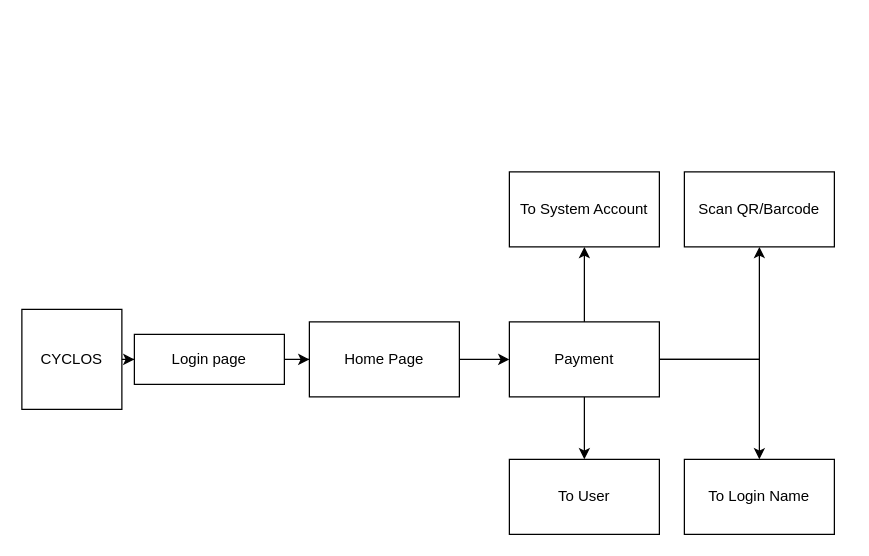
Above: Testing/Untitled Diagram.drawio in NietzscheDostoevsky/Learning (draw.io), before the change. Source tidied: cells renumbered, new cells numbered last; positions are measured from the earlier drawing's top-left corner, leaving out a move shared by most shapes. Both pictures are drawn from the tidied source at 125%, with x=0, y=0 at pixel (21, 171).
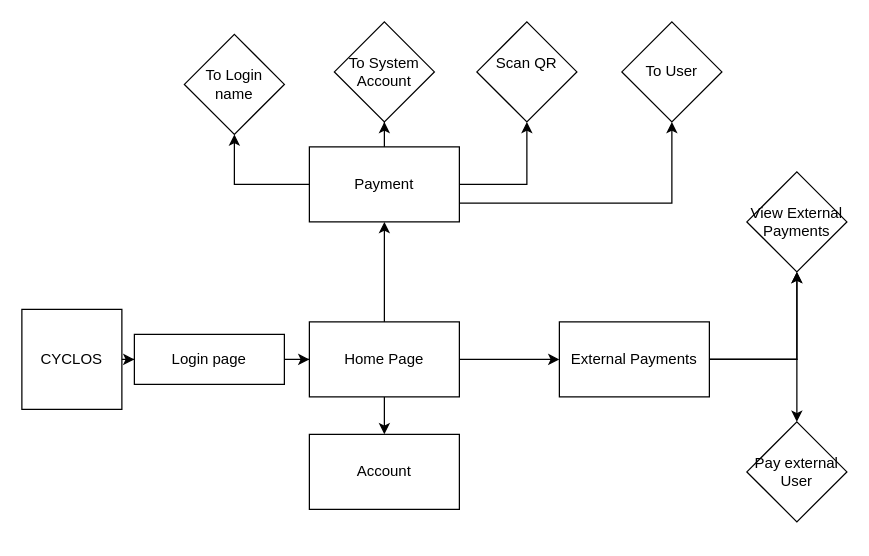
After the change.

Unchanged cells that the change refers to:
```xml
<mxCell id="7" value="Home Page" style="whiteSpace=wrap;html=1;" parent="1" vertex="1">
  <mxGeometry x="230" y="120" width="120" height="60" as="geometry" />
</mxCell>
```

Diff of the diagram source:
```diff
@@
+    <mxCell id="17" style="edgeStyle=orthogonalEdgeStyle;rounded=0;jettySize=auto;html=1;" parent="1" edge="1" source="7" target="23">
+      <mxGeometry relative="1" as="geometry" />
+    </mxCell>
+    <mxCell id="18" style="edgeStyle=orthogonalEdgeStyle;rounded=0;jettySize=auto;html=1;" parent="1" edge="1" source="7" target="27">
+      <mxGeometry relative="1" as="geometry" />
+    </mxCell>
@@
-    <mxCell id="9" style="edgeStyle=orthogonalEdgeStyle;rounded=0;jettySize=auto;html=1;" parent="1" edge="1" source="12" target="14">
-      <mxGeometry relative="1" as="geometry" />
-    </mxCell>
-    <mxCell id="10" style="edgeStyle=orthogonalEdgeStyle;rounded=0;jettySize=auto;html=1;" parent="1" edge="1" source="12" target="15">
-      <mxGeometry relative="1" as="geometry" />
-    </mxCell>
-    <mxCell id="11" style="edgeStyle=orthogonalEdgeStyle;rounded=0;jettySize=auto;html=1;" parent="1" edge="1" source="12" target="16">
-      <mxGeometry relative="1" as="geometry" />
-    </mxCell>
+    <mxCell id="19" style="edgeStyle=orthogonalEdgeStyle;rounded=0;jettySize=auto;html=1;" parent="1" edge="1" source="12" target="21">
+      <mxGeometry relative="1" as="geometry" />
+    </mxCell>
+    <mxCell id="20" style="edgeStyle=orthogonalEdgeStyle;rounded=0;jettySize=auto;html=1;" parent="1" edge="1" source="12" target="22">
+      <mxGeometry relative="1" as="geometry" />
+    </mxCell>
     <mxCell id="12" value="Payment" style="whiteSpace=wrap;html=1;" parent="1" vertex="1">
-      <mxGeometry x="390" y="120" width="120" height="60" as="geometry" />
+      <mxGeometry x="230" y="-20" width="120" height="60" as="geometry" />
     </mxCell>
-    <mxCell id="13" value="To System Account" style="whiteSpace=wrap;html=1;" parent="1" vertex="1">
-      <mxGeometry x="390" width="120" height="60" as="geometry" />
+    <mxCell id="13" value="To System Account" style="rhombus;whiteSpace=wrap;html=1;" parent="1" vertex="1">
+      <mxGeometry x="250" y="-120" width="80" height="80" as="geometry" />
     </mxCell>
-    <mxCell id="14" value="Scan QR/Barcode" style="whiteSpace=wrap;html=1;" parent="1" vertex="1">
-      <mxGeometry x="530" width="120" height="60" as="geometry" />
-    </mxCell>
+    <mxCell id="21" value="Scan QR&lt;div&gt;&lt;br&gt;&lt;/div&gt;" style="rhombus;whiteSpace=wrap;html=1;" parent="1" vertex="1">
+      <mxGeometry x="364" y="-120" width="80" height="80" as="geometry" />
+    </mxCell>
+    <mxCell id="10" style="edgeStyle=orthogonalEdgeStyle;rounded=0;jettySize=auto;html=1;exitX=1;exitY=0.75;exitDx=0;exitDy=0;" parent="1" edge="1" source="12" target="15">
+      <mxGeometry relative="1" as="geometry">
+        <Array as="points">
+          <mxPoint x="520" y="25" />
+        </Array>
+      </mxGeometry>
+    </mxCell>
-    <mxCell id="15" value="To User" style="whiteSpace=wrap;html=1;" parent="1" vertex="1">
-      <mxGeometry x="390" y="230" width="120" height="60" as="geometry" />
+    <mxCell id="15" value="To User" style="rhombus;whiteSpace=wrap;html=1;" parent="1" vertex="1">
+      <mxGeometry x="480" y="-120" width="80" height="80" as="geometry" />
     </mxCell>
-    <mxCell id="16" value="To Login Name" style="whiteSpace=wrap;html=1;" parent="1" vertex="1">
-      <mxGeometry x="530" y="230" width="120" height="60" as="geometry" />
-    </mxCell>
+    <mxCell id="22" value="To Login name" style="rhombus;whiteSpace=wrap;html=1;" parent="1" vertex="1">
+      <mxGeometry x="130" y="-110" width="80" height="80" as="geometry" />
+    </mxCell>
+    <mxCell id="23" value="Account" style="whiteSpace=wrap;html=1;" parent="1" vertex="1">
+      <mxGeometry x="230" y="210" width="120" height="60" as="geometry" />
+    </mxCell>
+    <mxCell id="24" style="edgeStyle=orthogonalEdgeStyle;rounded=0;jettySize=auto;html=1;" parent="1" edge="1" source="27" target="28">
+      <mxGeometry relative="1" as="geometry" />
+    </mxCell>
+    <mxCell id="25" style="edgeStyle=orthogonalEdgeStyle;rounded=0;jettySize=auto;html=1;" parent="1" edge="1" source="27" target="28">
+      <mxGeometry relative="1" as="geometry" />
+    </mxCell>
+    <mxCell id="26" style="edgeStyle=orthogonalEdgeStyle;rounded=0;jettySize=auto;html=1;" parent="1" edge="1" source="27" target="29">
+      <mxGeometry relative="1" as="geometry" />
+    </mxCell>
+    <mxCell id="27" value="External Payments" style="whiteSpace=wrap;html=1;" parent="1" vertex="1">
+      <mxGeometry x="430" y="120" width="120" height="60" as="geometry" />
+    </mxCell>
+    <mxCell id="28" value="View External Payments" style="rhombus;whiteSpace=wrap;html=1;" parent="1" vertex="1">
+      <mxGeometry x="580" width="80" height="80" as="geometry" />
+    </mxCell>
+    <mxCell id="29" value="Pay external User" style="rhombus;whiteSpace=wrap;html=1;" parent="1" vertex="1">
+      <mxGeometry x="580" y="200" width="80" height="80" as="geometry" />
+    </mxCell>
```
